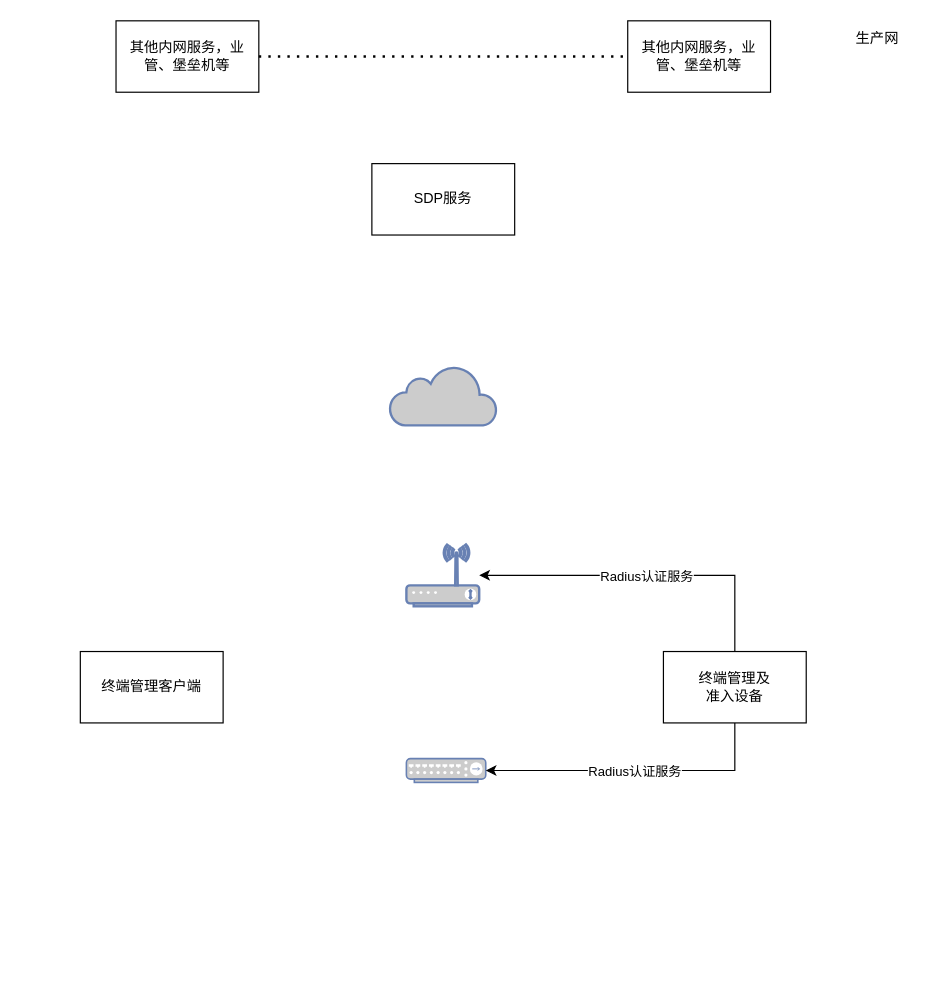
This is pcmgr.drawio from razor/1102_decoration, a draw.io file, before an edit. Source tidied: cells renumbered, new cells numbered last; positions are measured from the earlier drawing's top-left corner, leaving out a move shared by most shapes. Both pictures are drawn from the tidied source at 119%, with x=0, y=0 at pixel (80, 20).
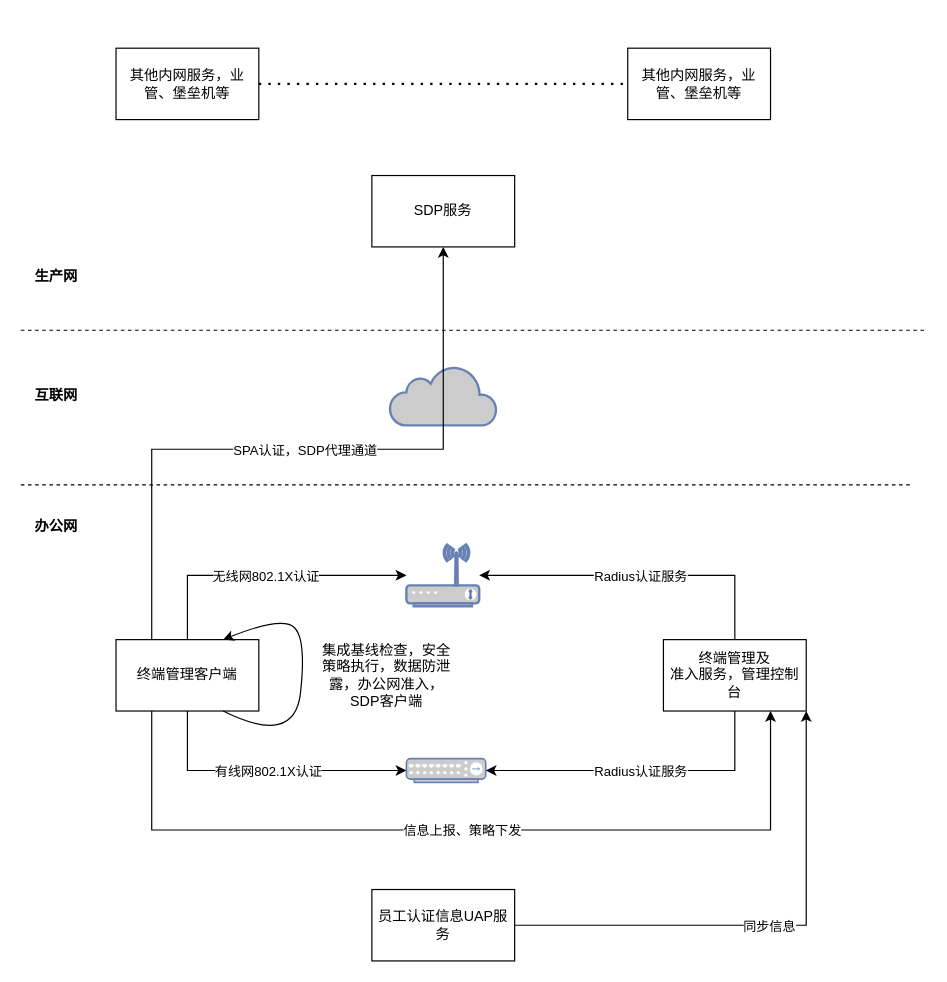
The same page after the edit.

Unchanged cells that the change refers to:
```xml
<mxCell id="7" style="fontColor=#0066CC;verticalAlign=top;verticalLabelPosition=bottom;labelPosition=center;align=center;html=1;outlineConnect=0;fillColor=#CCCCCC;strokeColor=#6881B3;gradientColor=none;gradientDirection=north;strokeWidth=2;shape=mxgraph.networks.wireless_modem;" parent="1" vertex="1">
  <mxGeometry x="274" y="440" width="61.2" height="52" as="geometry" />
</mxCell>
<mxCell id="8" style="fontColor=#0066CC;verticalAlign=top;verticalLabelPosition=bottom;labelPosition=center;align=center;html=1;outlineConnect=0;fillColor=#CCCCCC;strokeColor=#6881B3;gradientColor=none;gradientDirection=north;strokeWidth=2;shape=mxgraph.networks.hub;" parent="1" vertex="1">
  <mxGeometry x="274" y="620" width="66.7" height="20" as="geometry" />
</mxCell>
```

Change to the diagram source:
```diff
@@
-    <mxCell id="2" value="终端管理及&lt;br&gt;准入设备" style="rounded=0;whiteSpace=wrap;html=1;" parent="1" vertex="1">
-      <mxGeometry x="490" y="530" width="120" height="60" as="geometry" />
+    <mxCell id="2" value="终端管理及&lt;br&gt;准入服务，管理控制台" style="rounded=0;whiteSpace=wrap;html=1;" parent="1" vertex="1">
+      <mxGeometry x="490" y="520" width="120" height="60" as="geometry" />
     </mxCell>
     <mxCell id="3" value="终端管理客户端" style="rounded=0;whiteSpace=wrap;html=1;" parent="1" vertex="1">
-      <mxGeometry y="530" width="120" height="60" as="geometry" />
+      <mxGeometry x="30" y="520" width="120" height="60" as="geometry" />
     </mxCell>
     <mxCell id="4" value="SDP服务" style="rounded=0;whiteSpace=wrap;html=1;" parent="1" vertex="1">
-      <mxGeometry x="245" y="120" width="120" height="60" as="geometry" />
+      <mxGeometry x="245" y="130" width="120" height="60" as="geometry" />
     </mxCell>
-    <mxCell id="5" value="生产网" style="text;html=1;strokeColor=none;fillColor=none;align=center;verticalAlign=middle;whiteSpace=wrap;rounded=0;" parent="1" vertex="1">
-      <mxGeometry x="640" width="60" height="30" as="geometry" />
-    </mxCell>
@@
     <mxCell id="9" value="其他内网服务，业管、堡垒机等" style="rounded=0;whiteSpace=wrap;html=1;" parent="1" vertex="1">
-      <mxGeometry x="30" width="120" height="60" as="geometry" />
+      <mxGeometry x="30" y="23" width="120" height="60" as="geometry" />
     </mxCell>
@@
     <mxCell id="11" value="其他内网服务，业管、堡垒机等" style="rounded=0;whiteSpace=wrap;html=1;" parent="1" vertex="1">
-      <mxGeometry x="460" width="120" height="60" as="geometry" />
+      <mxGeometry x="460" y="23" width="120" height="60" as="geometry" />
     </mxCell>
@@
+    <mxCell id="16" style="endArrow=classic;html=1;rounded=0;exitX=0.5;exitY=0;exitDx=0;exitDy=0;" parent="1" edge="1" source="3" target="7">
+      <mxGeometry relative="1" as="geometry">
+        <Array as="points">
+          <mxPoint x="90" y="466" />
+        </Array>
+      </mxGeometry>
+    </mxCell>
+    <mxCell id="17" value="无线网802.1X认证" style="edgeLabel;html=1;align=center;verticalAlign=middle;" parent="16" vertex="1">
+      <mxGeometry relative="1" as="geometry" />
+    </mxCell>
+    <mxCell id="18" style="endArrow=classic;html=1;rounded=0;exitX=0.5;exitY=1;exitDx=0;exitDy=0;entryX=0;entryY=0.5;entryDx=0;entryDy=0;entryPerimeter=0;" parent="1" edge="1" source="3" target="8">
+      <mxGeometry relative="1" as="geometry">
+        <Array as="points">
+          <mxPoint x="90" y="630" />
+        </Array>
+      </mxGeometry>
+    </mxCell>
+    <mxCell id="19" value="有线网802.1X认证" style="edgeLabel;html=1;align=center;verticalAlign=middle;" parent="18" vertex="1">
+      <mxGeometry relative="1" as="geometry" />
+    </mxCell>
+    <mxCell id="20" style="curved=1;endArrow=classic;html=1;rounded=0;exitX=0.75;exitY=1;exitDx=0;exitDy=0;entryX=0.75;entryY=0;entryDx=0;entryDy=0;" parent="1" edge="1" source="3" target="3">
+      <mxGeometry relative="1" as="geometry">
+        <Array as="points">
+          <mxPoint x="180" y="610" />
+          <mxPoint x="190" y="520" />
+          <mxPoint x="170" y="500" />
+        </Array>
+      </mxGeometry>
+    </mxCell>
+    <mxCell id="21" value="集成基线检查，安全策略执行，数据防泄露，办公网准入，SDP客户端" style="text;html=1;strokeColor=none;fillColor=none;align=center;verticalAlign=middle;whiteSpace=wrap;rounded=0;" parent="1" vertex="1">
+      <mxGeometry x="200" y="510" width="115" height="80" as="geometry" />
+    </mxCell>
+    <mxCell id="22" style="endArrow=classic;html=1;rounded=0;exitX=0.25;exitY=1;exitDx=0;exitDy=0;entryX=0.75;entryY=1;entryDx=0;entryDy=0;" parent="1" edge="1" source="3" target="2">
+      <mxGeometry relative="1" as="geometry">
+        <Array as="points">
+          <mxPoint x="60" y="680" />
+          <mxPoint x="580" y="680" />
+        </Array>
+      </mxGeometry>
+    </mxCell>
+    <mxCell id="23" value="信息上报、策略下发" style="edgeLabel;html=1;align=center;verticalAlign=middle;" parent="22" vertex="1">
+      <mxGeometry relative="1" as="geometry" />
+    </mxCell>
+    <mxCell id="24" style="endArrow=none;dashed=1;html=1;rounded=0;" parent="1" edge="1">
+      <mxGeometry relative="1" as="geometry">
+        <mxPoint x="-50" y="390" as="sourcePoint" />
+        <mxPoint x="700" y="390" as="targetPoint" />
+      </mxGeometry>
+    </mxCell>
+    <mxCell id="25" value="办公网" style="text;html=1;strokeColor=none;fillColor=none;align=center;verticalAlign=middle;whiteSpace=wrap;rounded=0;fontStyle=1;" parent="1" vertex="1">
+      <mxGeometry x="-50" y="410" width="60" height="30" as="geometry" />
+    </mxCell>
+    <mxCell id="26" value="&lt;b&gt;互联网&lt;/b&gt;" style="text;html=1;strokeColor=none;fillColor=none;align=center;verticalAlign=middle;whiteSpace=wrap;rounded=0;" parent="1" vertex="1">
+      <mxGeometry x="-50" y="300" width="60" height="30" as="geometry" />
+    </mxCell>
+    <mxCell id="27" style="endArrow=none;dashed=1;html=1;rounded=0;" parent="1" edge="1">
+      <mxGeometry relative="1" as="geometry">
+        <mxPoint x="-50" y="260" as="sourcePoint" />
+        <mxPoint x="710" y="260" as="targetPoint" />
+      </mxGeometry>
+    </mxCell>
+    <mxCell id="5" value="&lt;b&gt;生产网&lt;/b&gt;" style="text;html=1;strokeColor=none;fillColor=none;align=center;verticalAlign=middle;whiteSpace=wrap;rounded=0;" parent="1" vertex="1">
+      <mxGeometry x="-50" y="200" width="60" height="30" as="geometry" />
+    </mxCell>
+    <mxCell id="28" style="endArrow=classic;html=1;rounded=0;exitX=0.25;exitY=0;exitDx=0;exitDy=0;entryX=0.5;entryY=1;entryDx=0;entryDy=0;" parent="1" edge="1" source="3" target="4">
+      <mxGeometry relative="1" as="geometry">
+        <Array as="points">
+          <mxPoint x="60" y="430" />
+          <mxPoint x="60" y="360" />
+          <mxPoint x="305" y="360" />
+        </Array>
+      </mxGeometry>
+    </mxCell>
+    <mxCell id="29" value="SPA认证，SDP代理通道" style="edgeLabel;html=1;align=center;verticalAlign=middle;" parent="28" vertex="1">
+      <mxGeometry relative="1" as="geometry" />
+    </mxCell>
+    <mxCell id="30" value="员工认证信息UAP服务" style="rounded=0;whiteSpace=wrap;html=1;" parent="1" vertex="1">
+      <mxGeometry x="245" y="730" width="120" height="60" as="geometry" />
+    </mxCell>
+    <mxCell id="31" style="endArrow=classic;html=1;rounded=0;exitX=1;exitY=0.5;exitDx=0;exitDy=0;entryX=1;entryY=1;entryDx=0;entryDy=0;" parent="1" edge="1" source="30" target="2">
+      <mxGeometry relative="1" as="geometry">
+        <Array as="points">
+          <mxPoint x="610" y="760" />
+        </Array>
+      </mxGeometry>
+    </mxCell>
+    <mxCell id="32" value="同步信息" style="edgeLabel;html=1;align=center;verticalAlign=middle;" parent="31" vertex="1">
+      <mxGeometry relative="1" as="geometry" />
+    </mxCell>
```
